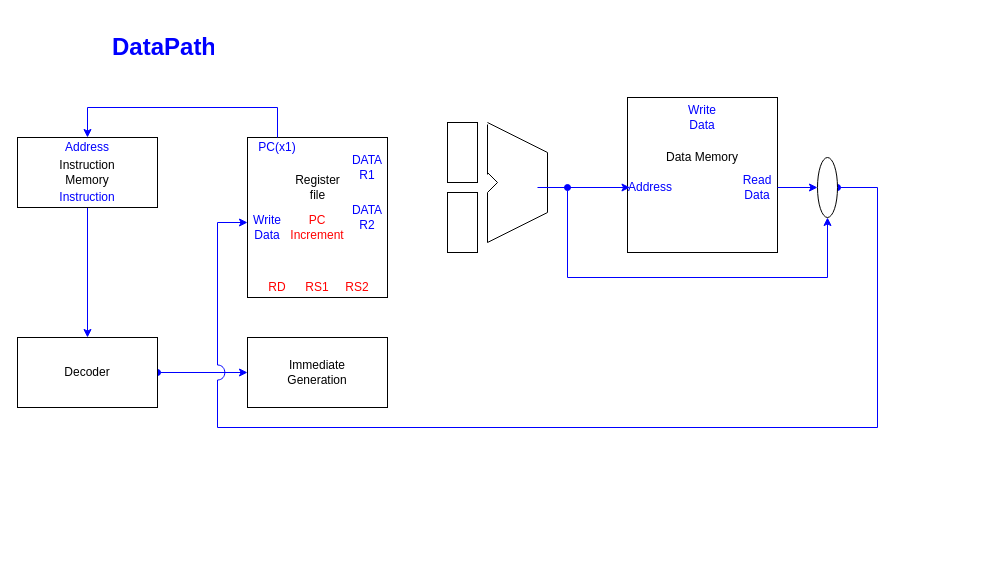
Before: page "DataPath" (1 of 2) of Circuit_Drawings/DataPath.drawio in Kaveesha-98/065-538-720-GNC, a draw.io diagram. Source tidied: cells renumbered, new cells numbered last; positions are measured from the earlier drawing's top-left corner, leaving out a move shared by most shapes. Both pictures are drawn from the tidied source at 100%, with x=0, y=0 at pixel (17, 27).
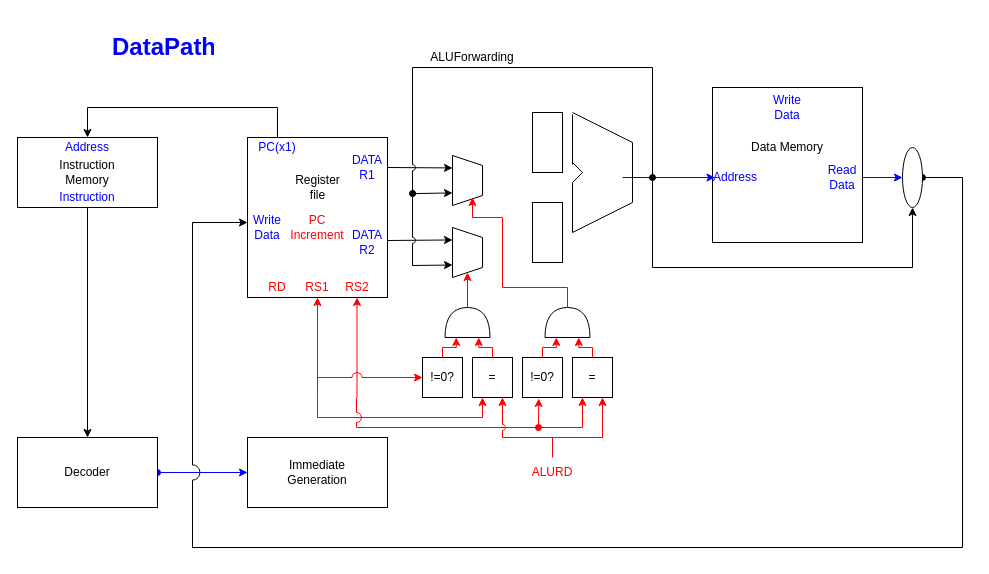
The same page after the edit.

The change refers to these unchanged cells:
```xml
<mxCell id="3" style="rounded=0;whiteSpace=wrap;html=1;" parent="1" vertex="1">
  <mxGeometry y="110" width="140" height="70" as="geometry" />
</mxCell>
<mxCell id="5" value="Address" style="text;html=1;strokeColor=none;fillColor=none;align=center;verticalAlign=middle;whiteSpace=wrap;rounded=0;fontColor=#0000FF;" parent="1" vertex="1">
  <mxGeometry x="50" y="110" width="40" height="20" as="geometry" />
</mxCell>
<mxCell id="13" value="PC(x1)" style="text;html=1;strokeColor=none;fillColor=none;align=center;verticalAlign=middle;whiteSpace=wrap;rounded=0;fontColor=#0000FF;" parent="1" vertex="1">
  <mxGeometry x="240" y="110" width="40" height="20" as="geometry" />
</mxCell>
<mxCell id="14" value="Write Data" style="text;html=1;strokeColor=none;fillColor=none;align=center;verticalAlign=middle;whiteSpace=wrap;rounded=0;fontColor=#0000FF;" parent="1" vertex="1">
  <mxGeometry x="230" y="190" width="40" height="20" as="geometry" />
</mxCell>
<mxCell id="15" value="DATA R1" style="text;html=1;strokeColor=none;fillColor=none;align=center;verticalAlign=middle;whiteSpace=wrap;rounded=0;fontColor=#0000FF;" parent="1" vertex="1">
  <mxGeometry x="330" y="130" width="40" height="20" as="geometry" />
</mxCell>
<mxCell id="39" value="&lt;font color=&quot;#FF0000&quot;&gt;RS1&lt;/font&gt;" style="text;html=1;strokeColor=none;fillColor=none;align=center;verticalAlign=middle;whiteSpace=wrap;rounded=0;startSize=0;" parent="1" vertex="1">
  <mxGeometry x="280" y="250" width="40" height="20" as="geometry" />
</mxCell>
```

Change to the diagram source:
```diff
@@
-    <mxCell id="2" style="edgeStyle=orthogonalEdgeStyle;rounded=0;jettySize=auto;html=1;fontColor=#0000FF;strokeColor=#0000FF;" parent="1" edge="1" source="3" target="8">
+    <mxCell id="2" style="edgeStyle=orthogonalEdgeStyle;rounded=0;jettySize=auto;html=1;fontColor=#0000FF;" parent="1" edge="1" source="3" target="8">
       <mxGeometry relative="1" as="geometry" />
     </mxCell>
@@
     <mxCell id="8" style="rounded=0;whiteSpace=wrap;html=1;" parent="1" vertex="1">
-      <mxGeometry y="310" width="140" height="70" as="geometry" />
+      <mxGeometry y="410" width="140" height="70" as="geometry" />
     </mxCell>
     <mxCell id="9" value="Decoder" style="text;html=1;strokeColor=none;fillColor=none;align=center;verticalAlign=middle;whiteSpace=wrap;rounded=0;" parent="1" vertex="1">
-      <mxGeometry x="35" y="335" width="70" height="20" as="geometry" />
+      <mxGeometry x="35" y="435" width="70" height="20" as="geometry" />
     </mxCell>
@@
-    <mxCell id="12" style="edgeStyle=orthogonalEdgeStyle;rounded=0;jettySize=auto;html=1;exitX=0.5;exitY=0;exitDx=0;exitDy=0;entryX=0.5;entryY=0;entryDx=0;entryDy=0;fontColor=#0000FF;strokeColor=#0000FF;" parent="1" edge="1" source="13" target="5">
+    <mxCell id="12" style="edgeStyle=orthogonalEdgeStyle;rounded=0;jettySize=auto;html=1;exitX=0.5;exitY=0;exitDx=0;exitDy=0;entryX=0.5;entryY=0;entryDx=0;entryDy=0;fontColor=#0000FF;" parent="1" edge="1" source="13" target="5">
       <mxGeometry relative="1" as="geometry">
         <Array as="points">
           <mxPoint x="260" y="80" />
           <mxPoint x="70" y="80" />
         </Array>
       </mxGeometry>
     </mxCell>
@@
+    <mxCell id="43" style="edgeStyle=orthogonalEdgeStyle;rounded=0;jumpStyle=arc;jumpSize=10;jettySize=auto;html=1;exitX=1;exitY=0.5;exitDx=0;exitDy=0;entryX=0.25;entryY=1;entryDx=0;entryDy=0;startArrow=none;startFill=0;endArrow=classic;endFill=1;startSize=6;endSize=6;sourcePerimeterSpacing=6;targetPerimeterSpacing=6;" parent="1" edge="1" source="15" target="45">
+      <mxGeometry relative="1" as="geometry" />
+    </mxCell>
@@
     <mxCell id="16" value="&lt;div&gt;DATA&lt;/div&gt;&lt;div&gt;R2&lt;br&gt;&lt;/div&gt;" style="text;html=1;strokeColor=none;fillColor=none;align=center;verticalAlign=middle;whiteSpace=wrap;rounded=0;fontColor=#0000FF;" parent="1" vertex="1">
-      <mxGeometry x="330" y="180" width="40" height="20" as="geometry" />
+      <mxGeometry x="330" y="205" width="40" height="20" as="geometry" />
     </mxCell>
@@
     <mxCell id="18" style="endArrow=none;html=1;fontColor=#0000FF;" parent="1" edge="1">
       <mxGeometry relative="1" as="geometry">
-        <mxPoint x="470" y="147" as="sourcePoint" />
-        <mxPoint x="470" y="97" as="targetPoint" />
+        <mxPoint x="555" y="137" as="sourcePoint" />
+        <mxPoint x="555" y="87" as="targetPoint" />
       </mxGeometry>
     </mxCell>
     <mxCell id="19" style="endArrow=none;html=1;fontColor=#0000FF;" parent="1" edge="1">
       <mxGeometry relative="1" as="geometry">
-        <mxPoint x="470" y="215" as="sourcePoint" />
-        <mxPoint x="470" y="165" as="targetPoint" />
+        <mxPoint x="555" y="205" as="sourcePoint" />
+        <mxPoint x="555" y="155" as="targetPoint" />
       </mxGeometry>
     </mxCell>
     <mxCell id="20" style="endArrow=none;html=1;fontColor=#0000FF;strokeColor=#000000;" parent="1" edge="1">
       <mxGeometry relative="1" as="geometry">
-        <mxPoint x="480" y="155" as="sourcePoint" />
-        <mxPoint x="470" y="145" as="targetPoint" />
+        <mxPoint x="565" y="145" as="sourcePoint" />
+        <mxPoint x="555" y="135" as="targetPoint" />
       </mxGeometry>
     </mxCell>
     <mxCell id="21" style="endArrow=none;html=1;fontColor=#0000FF;strokeColor=#000000;" parent="1" edge="1">
       <mxGeometry relative="1" as="geometry">
-        <mxPoint x="470" y="165" as="sourcePoint" />
-        <mxPoint x="480" y="155" as="targetPoint" />
+        <mxPoint x="555" y="155" as="sourcePoint" />
+        <mxPoint x="565" y="145" as="targetPoint" />
       </mxGeometry>
     </mxCell>
     <mxCell id="22" style="endArrow=none;html=1;fontColor=#0000FF;" parent="1" edge="1">
       <mxGeometry relative="1" as="geometry">
-        <mxPoint x="530" y="185" as="sourcePoint" />
-        <mxPoint x="530" y="125" as="targetPoint" />
+        <mxPoint x="615" y="175" as="sourcePoint" />
+        <mxPoint x="615" y="115" as="targetPoint" />
       </mxGeometry>
     </mxCell>
     <mxCell id="23" style="endArrow=none;html=1;fontColor=#0000FF;strokeColor=#000000;" parent="1" edge="1">
       <mxGeometry relative="1" as="geometry">
-        <mxPoint x="470" y="215" as="sourcePoint" />
-        <mxPoint x="530" y="185" as="targetPoint" />
+        <mxPoint x="555" y="205" as="sourcePoint" />
+        <mxPoint x="615" y="175" as="targetPoint" />
       </mxGeometry>
     </mxCell>
     <mxCell id="24" style="endArrow=none;html=1;fontColor=#0000FF;strokeColor=#000000;" parent="1" edge="1">
       <mxGeometry relative="1" as="geometry">
-        <mxPoint x="530" y="125" as="sourcePoint" />
-        <mxPoint x="470" y="95" as="targetPoint" />
+        <mxPoint x="615" y="115" as="sourcePoint" />
+        <mxPoint x="555" y="85" as="targetPoint" />
       </mxGeometry>
     </mxCell>
     <mxCell id="25" style="rounded=0;whiteSpace=wrap;html=1;fontColor=#0000FF;" parent="1" vertex="1">
-      <mxGeometry x="610" y="70" width="150" height="155" as="geometry" />
+      <mxGeometry x="695" y="60" width="150" height="155" as="geometry" />
     </mxCell>
     <mxCell id="26" style="endArrow=classic;html=1;fontColor=#0000FF;strokeColor=#0000FF;entryX=0;entryY=0.5;entryDx=0;entryDy=0;" parent="1" edge="1" target="28">
       <mxGeometry relative="1" as="geometry">
-        <mxPoint x="520" y="160" as="sourcePoint" />
+        <mxPoint x="605" y="150" as="sourcePoint" />
       </mxGeometry>
     </mxCell>
     <mxCell id="27" value="Data Memory" style="text;html=1;strokeColor=none;fillColor=none;align=center;verticalAlign=middle;whiteSpace=wrap;rounded=0;" parent="1" vertex="1">
-      <mxGeometry x="646.2" y="120" width="77.5" height="20" as="geometry" />
+      <mxGeometry x="731.2" y="110" width="77.5" height="20" as="geometry" />
     </mxCell>
     <mxCell id="28" value="Address" style="text;html=1;strokeColor=none;fillColor=none;align=center;verticalAlign=middle;whiteSpace=wrap;rounded=0;fontColor=#0000FF;" parent="1" vertex="1">
-      <mxGeometry x="612.5" y="150" width="40" height="20" as="geometry" />
+      <mxGeometry x="697.5" y="140" width="40" height="20" as="geometry" />
     </mxCell>
@@
     <mxCell id="30" value="Read Data" style="text;html=1;strokeColor=none;fillColor=none;align=center;verticalAlign=middle;whiteSpace=wrap;rounded=0;fontColor=#0000FF;" parent="1" vertex="1">
-      <mxGeometry x="720" y="150" width="40" height="20" as="geometry" />
+      <mxGeometry x="805" y="140" width="40" height="20" as="geometry" />
     </mxCell>
-    <mxCell id="31" style="edgeStyle=none;rounded=0;jumpStyle=arc;jumpSize=15;jettySize=auto;html=1;exitX=1;exitY=0.5;exitDx=0;exitDy=0;fontColor=#0000FF;startArrow=oval;startFill=1;endArrow=classic;endFill=1;strokeColor=#0000FF;entryX=0;entryY=0.25;entryDx=0;entryDy=0;" parent="1" edge="1" source="32" target="14">
+    <mxCell id="31" style="edgeStyle=none;rounded=0;jumpStyle=arc;jumpSize=15;jettySize=auto;html=1;exitX=1;exitY=0.5;exitDx=0;exitDy=0;fontColor=#0000FF;startArrow=oval;startFill=1;endArrow=classic;endFill=1;entryX=0;entryY=0.25;entryDx=0;entryDy=0;" parent="1" edge="1" source="32" target="14">
       <mxGeometry relative="1" as="geometry">
         <Array as="points">
-          <mxPoint x="860" y="160" />
-          <mxPoint x="860" y="400" />
-          <mxPoint x="510" y="400" />
-          <mxPoint x="200" y="400" />
-          <mxPoint x="200" y="195" />
+          <mxPoint x="945" y="150" />
+          <mxPoint x="945" y="520" />
+          <mxPoint x="175" y="520" />
+          <mxPoint x="175" y="195" />
         </Array>
       </mxGeometry>
     </mxCell>
     <mxCell id="32" style="ellipse;whiteSpace=wrap;html=1;fontColor=#0000FF;" parent="1" vertex="1">
-      <mxGeometry x="800" y="130" width="20" height="60" as="geometry" />
+      <mxGeometry x="885" y="120" width="20" height="60" as="geometry" />
     </mxCell>
-    <mxCell id="33" style="endArrow=classic;html=1;fontColor=#0000FF;strokeColor=#0000FF;entryX=0.5;entryY=1;entryDx=0;entryDy=0;rounded=0;startArrow=oval;startFill=1;" parent="1" edge="1" target="32">
+    <mxCell id="33" style="endArrow=classic;html=1;fontColor=#0000FF;entryX=0.5;entryY=1;entryDx=0;entryDy=0;rounded=0;startArrow=oval;startFill=1;" parent="1" edge="1" target="32">
       <mxGeometry relative="1" as="geometry">
-        <mxPoint x="550" y="160" as="sourcePoint" />
+        <mxPoint x="635" y="150" as="sourcePoint" />
         <Array as="points">
-          <mxPoint x="550" y="250" />
-          <mxPoint x="810" y="250" />
+          <mxPoint x="635" y="240" />
+          <mxPoint x="895" y="240" />
         </Array>
       </mxGeometry>
     </mxCell>
     <mxCell id="34" value="Write Data" style="text;html=1;strokeColor=none;fillColor=none;align=center;verticalAlign=middle;whiteSpace=wrap;rounded=0;fontColor=#0000FF;" parent="1" vertex="1">
-      <mxGeometry x="665" y="80" width="40" height="20" as="geometry" />
+      <mxGeometry x="750" y="70" width="40" height="20" as="geometry" />
     </mxCell>
     <mxCell id="35" style="rounded=0;whiteSpace=wrap;html=1;" parent="1" vertex="1">
-      <mxGeometry x="230" y="310" width="140" height="70" as="geometry" />
+      <mxGeometry x="230" y="410" width="140" height="70" as="geometry" />
     </mxCell>
     <mxCell id="36" value="Immediate Generation" style="text;html=1;strokeColor=none;fillColor=none;align=center;verticalAlign=middle;whiteSpace=wrap;rounded=0;" parent="1" vertex="1">
-      <mxGeometry x="265" y="335" width="70" height="20" as="geometry" />
+      <mxGeometry x="265" y="435" width="70" height="20" as="geometry" />
     </mxCell>
@@
     <mxCell id="41" style="rounded=0;whiteSpace=wrap;html=1;startSize=0;" parent="1" vertex="1">
-      <mxGeometry x="430" y="95" width="30" height="60" as="geometry" />
+      <mxGeometry x="515" y="85" width="30" height="60" as="geometry" />
     </mxCell>
     <mxCell id="42" style="rounded=0;whiteSpace=wrap;html=1;startSize=0;" parent="1" vertex="1">
-      <mxGeometry x="430" y="165" width="30" height="60" as="geometry" />
+      <mxGeometry x="515" y="175" width="30" height="60" as="geometry" />
     </mxCell>
+    <mxCell id="44" style="edgeStyle=orthogonalEdgeStyle;rounded=0;jumpStyle=arc;jumpSize=10;jettySize=auto;html=1;exitX=0.75;exitY=1;exitDx=0;exitDy=0;startArrow=classic;startFill=1;endArrow=oval;endFill=1;startSize=6;endSize=6;sourcePerimeterSpacing=6;targetPerimeterSpacing=6;" parent="1" edge="1" source="45">
+      <mxGeometry relative="1" as="geometry">
+        <mxPoint x="395" y="166" as="targetPoint" />
+      </mxGeometry>
+    </mxCell>
+    <mxCell id="45" style="shape=trapezoid;perimeter=trapezoidPerimeter;whiteSpace=wrap;html=1;fixedSize=1;startSize=0;size=10;direction=south;" parent="1" vertex="1">
+      <mxGeometry x="435" y="128" width="30" height="50" as="geometry" />
+    </mxCell>
+    <mxCell id="46" style="edgeStyle=orthogonalEdgeStyle;rounded=0;jumpStyle=arc;jumpSize=10;jettySize=auto;html=1;exitX=1;exitY=0.5;exitDx=0;exitDy=0;entryX=0.25;entryY=1;entryDx=0;entryDy=0;startArrow=none;startFill=0;endArrow=classic;endFill=1;startSize=6;endSize=6;sourcePerimeterSpacing=6;targetPerimeterSpacing=6;" parent="1" edge="1" target="47">
+      <mxGeometry relative="1" as="geometry">
+        <mxPoint x="370" y="213" as="sourcePoint" />
+      </mxGeometry>
+    </mxCell>
+    <mxCell id="47" style="shape=trapezoid;perimeter=trapezoidPerimeter;whiteSpace=wrap;html=1;fixedSize=1;startSize=0;size=10;direction=south;" parent="1" vertex="1">
+      <mxGeometry x="435" y="200" width="30" height="50" as="geometry" />
+    </mxCell>
+    <mxCell id="48" style="endArrow=classic;html=1;startSize=6;endSize=6;sourcePerimeterSpacing=6;targetPerimeterSpacing=6;entryX=0.75;entryY=1;entryDx=0;entryDy=0;rounded=0;jumpStyle=arc;" parent="1" edge="1" target="47">
+      <mxGeometry relative="1" as="geometry">
+        <mxPoint x="635" y="150" as="sourcePoint" />
+        <Array as="points">
+          <mxPoint x="635" y="40" />
+          <mxPoint x="395" y="40" />
+          <mxPoint x="395" y="100" />
+          <mxPoint x="395" y="238" />
+        </Array>
+      </mxGeometry>
+    </mxCell>
+    <mxCell id="49" value="ALUForwarding" style="text;html=1;strokeColor=none;fillColor=none;align=center;verticalAlign=middle;whiteSpace=wrap;rounded=0;startSize=0;" parent="1" vertex="1">
+      <mxGeometry x="435" y="20" width="40" height="20" as="geometry" />
+    </mxCell>
+    <mxCell id="50" style="endArrow=classic;html=1;startSize=6;endSize=6;sourcePerimeterSpacing=6;targetPerimeterSpacing=6;entryX=0.5;entryY=1;entryDx=0;entryDy=0;strokeColor=#FF0000;" parent="1" edge="1" target="39">
+      <mxGeometry relative="1" as="geometry">
+        <mxPoint x="300" y="370" as="sourcePoint" />
+      </mxGeometry>
+    </mxCell>
+    <mxCell id="51" style="endArrow=classic;html=1;startSize=6;endSize=6;sourcePerimeterSpacing=6;targetPerimeterSpacing=6;entryX=0.5;entryY=1;entryDx=0;entryDy=0;strokeColor=#FF0000;jumpStyle=arc;" parent="1" edge="1">
+      <mxGeometry relative="1" as="geometry">
+        <mxPoint x="339.5" y="370" as="sourcePoint" />
+        <mxPoint x="339.5" y="270" as="targetPoint" />
+      </mxGeometry>
+    </mxCell>
+    <mxCell id="52" style="endArrow=classic;html=1;startSize=6;endSize=6;sourcePerimeterSpacing=6;targetPerimeterSpacing=6;strokeColor=#FF0000;entryX=1;entryY=0.5;entryDx=0;entryDy=0;" parent="1" edge="1" target="47">
+      <mxGeometry relative="1" as="geometry">
+        <mxPoint x="450" y="280" as="sourcePoint" />
+      </mxGeometry>
+    </mxCell>
+    <mxCell id="53" style="shape=or;whiteSpace=wrap;html=1;startSize=0;direction=north;" parent="1" vertex="1">
+      <mxGeometry x="427.5" y="280" width="45" height="30" as="geometry" />
+    </mxCell>
+    <mxCell id="54" style="edgeStyle=orthogonalEdgeStyle;rounded=0;jumpStyle=arc;jumpSize=10;jettySize=auto;html=1;exitX=0.5;exitY=0;exitDx=0;exitDy=0;entryX=0;entryY=0.75;entryDx=0;entryDy=0;entryPerimeter=0;startArrow=none;startFill=0;endArrow=classic;endFill=1;startSize=6;endSize=6;sourcePerimeterSpacing=6;targetPerimeterSpacing=6;strokeColor=#FF0000;" parent="1" edge="1" source="55" target="53">
+      <mxGeometry relative="1" as="geometry">
+        <Array as="points">
+          <mxPoint x="475" y="320" />
+          <mxPoint x="461" y="320" />
+        </Array>
+      </mxGeometry>
+    </mxCell>
+    <mxCell id="55" value="=" style="whiteSpace=wrap;html=1;startSize=0;" parent="1" vertex="1">
+      <mxGeometry x="455" y="330" width="40" height="40" as="geometry" />
+    </mxCell>
+    <mxCell id="56" style="endArrow=classic;html=1;startSize=6;endSize=6;sourcePerimeterSpacing=6;targetPerimeterSpacing=6;strokeColor=#FF0000;entryX=0.25;entryY=1;entryDx=0;entryDy=0;rounded=0;" parent="1" edge="1" target="55">
+      <mxGeometry relative="1" as="geometry">
+        <mxPoint x="300" y="370" as="sourcePoint" />
+        <Array as="points">
+          <mxPoint x="300" y="390" />
+          <mxPoint x="465" y="390" />
+        </Array>
+      </mxGeometry>
+    </mxCell>
+    <mxCell id="57" style="edgeStyle=orthogonalEdgeStyle;rounded=0;jumpStyle=arc;jumpSize=10;jettySize=auto;html=1;exitX=0.5;exitY=0;exitDx=0;exitDy=0;entryX=0;entryY=0.25;entryDx=0;entryDy=0;entryPerimeter=0;startArrow=none;startFill=0;endArrow=classic;endFill=1;startSize=6;endSize=6;sourcePerimeterSpacing=6;targetPerimeterSpacing=6;strokeColor=#FF0000;" parent="1" edge="1" source="58" target="53">
+      <mxGeometry relative="1" as="geometry">
+        <Array as="points">
+          <mxPoint x="425" y="320" />
+          <mxPoint x="439" y="320" />
+        </Array>
+      </mxGeometry>
+    </mxCell>
+    <mxCell id="58" value="!=0?" style="whiteSpace=wrap;html=1;startSize=0;" parent="1" vertex="1">
+      <mxGeometry x="405" y="330" width="40" height="40" as="geometry" />
+    </mxCell>
+    <mxCell id="59" style="endArrow=classic;html=1;startSize=6;endSize=6;sourcePerimeterSpacing=6;targetPerimeterSpacing=6;strokeColor=#FF0000;entryX=0;entryY=0.5;entryDx=0;entryDy=0;jumpStyle=arc;jumpSize=10;" parent="1" edge="1" target="58">
+      <mxGeometry relative="1" as="geometry">
+        <mxPoint x="300" y="350" as="sourcePoint" />
+      </mxGeometry>
+    </mxCell>
+    <mxCell id="60" style="endArrow=classic;html=1;startSize=6;endSize=6;sourcePerimeterSpacing=6;targetPerimeterSpacing=6;strokeColor=#FF0000;rounded=0;" parent="1" edge="1">
+      <mxGeometry relative="1" as="geometry">
+        <mxPoint x="550" y="280" as="sourcePoint" />
+        <mxPoint x="455" y="170" as="targetPoint" />
+        <Array as="points">
+          <mxPoint x="550" y="260" />
+          <mxPoint x="485" y="260" />
+          <mxPoint x="485" y="190" />
+          <mxPoint x="455" y="190" />
+        </Array>
+      </mxGeometry>
+    </mxCell>
+    <mxCell id="61" style="shape=or;whiteSpace=wrap;html=1;startSize=0;direction=north;" parent="1" vertex="1">
+      <mxGeometry x="527.5" y="280" width="45" height="30" as="geometry" />
+    </mxCell>
+    <mxCell id="62" style="edgeStyle=orthogonalEdgeStyle;rounded=0;jumpStyle=arc;jumpSize=10;jettySize=auto;html=1;exitX=0.5;exitY=0;exitDx=0;exitDy=0;entryX=0;entryY=0.75;entryDx=0;entryDy=0;entryPerimeter=0;startArrow=none;startFill=0;endArrow=classic;endFill=1;startSize=6;endSize=6;sourcePerimeterSpacing=6;targetPerimeterSpacing=6;strokeColor=#FF0000;" parent="1" edge="1" source="63" target="61">
+      <mxGeometry relative="1" as="geometry">
+        <Array as="points">
+          <mxPoint x="575" y="320" />
+          <mxPoint x="561" y="320" />
+        </Array>
+      </mxGeometry>
+    </mxCell>
+    <mxCell id="63" value="=" style="whiteSpace=wrap;html=1;startSize=0;" parent="1" vertex="1">
+      <mxGeometry x="555" y="330" width="40" height="40" as="geometry" />
+    </mxCell>
+    <mxCell id="64" style="edgeStyle=orthogonalEdgeStyle;rounded=0;jumpStyle=arc;jumpSize=10;jettySize=auto;html=1;exitX=0.5;exitY=0;exitDx=0;exitDy=0;entryX=0;entryY=0.25;entryDx=0;entryDy=0;entryPerimeter=0;startArrow=none;startFill=0;endArrow=classic;endFill=1;startSize=6;endSize=6;sourcePerimeterSpacing=6;targetPerimeterSpacing=6;strokeColor=#FF0000;" parent="1" edge="1" source="65" target="61">
+      <mxGeometry relative="1" as="geometry">
+        <Array as="points">
+          <mxPoint x="525" y="320" />
+          <mxPoint x="539" y="320" />
+        </Array>
+      </mxGeometry>
+    </mxCell>
+    <mxCell id="65" value="!=0?" style="whiteSpace=wrap;html=1;startSize=0;" parent="1" vertex="1">
+      <mxGeometry x="505" y="330" width="40" height="40" as="geometry" />
+    </mxCell>
+    <mxCell id="66" style="endArrow=classic;html=1;startSize=6;endSize=6;sourcePerimeterSpacing=6;targetPerimeterSpacing=6;strokeColor=#FF0000;entryX=0.25;entryY=1;entryDx=0;entryDy=0;rounded=0;jumpStyle=arc;jumpSize=10;" parent="1" edge="1" target="63">
+      <mxGeometry relative="1" as="geometry">
+        <mxPoint x="339" y="370" as="sourcePoint" />
+        <Array as="points">
+          <mxPoint x="339" y="400" />
+          <mxPoint x="565" y="400" />
+        </Array>
+      </mxGeometry>
+    </mxCell>
+    <mxCell id="67" style="endArrow=classic;html=1;startSize=6;endSize=6;sourcePerimeterSpacing=6;targetPerimeterSpacing=6;strokeColor=#FF0000;entryX=0.405;entryY=1.024;entryDx=0;entryDy=0;entryPerimeter=0;startArrow=oval;startFill=1;" parent="1" edge="1" target="65">
+      <mxGeometry relative="1" as="geometry">
+        <mxPoint x="521" y="400" as="sourcePoint" />
+      </mxGeometry>
+    </mxCell>
+    <mxCell id="68" style="endArrow=classic;html=1;startSize=6;endSize=6;sourcePerimeterSpacing=6;targetPerimeterSpacing=6;strokeColor=#FF0000;entryX=0.75;entryY=1;entryDx=0;entryDy=0;rounded=0;" parent="1" edge="1" target="63">
+      <mxGeometry relative="1" as="geometry">
+        <mxPoint x="535" y="430" as="sourcePoint" />
+        <Array as="points">
+          <mxPoint x="535" y="410" />
+          <mxPoint x="585" y="410" />
+        </Array>
+      </mxGeometry>
+    </mxCell>
+    <mxCell id="69" style="endArrow=classic;html=1;startSize=6;endSize=6;sourcePerimeterSpacing=6;targetPerimeterSpacing=6;strokeColor=#FF0000;entryX=0.75;entryY=1;entryDx=0;entryDy=0;rounded=0;jumpStyle=arc;" parent="1" edge="1" target="55">
+      <mxGeometry relative="1" as="geometry">
+        <mxPoint x="535" y="410" as="sourcePoint" />
+        <Array as="points">
+          <mxPoint x="485" y="410" />
+        </Array>
+      </mxGeometry>
+    </mxCell>
+    <mxCell id="70" value="&lt;font color=&quot;#FF0000&quot;&gt;ALURD&lt;/font&gt;" style="text;html=1;strokeColor=none;fillColor=none;align=center;verticalAlign=middle;whiteSpace=wrap;rounded=0;startSize=0;" parent="1" vertex="1">
+      <mxGeometry x="515" y="435" width="40" height="20" as="geometry" />
+    </mxCell>
```
